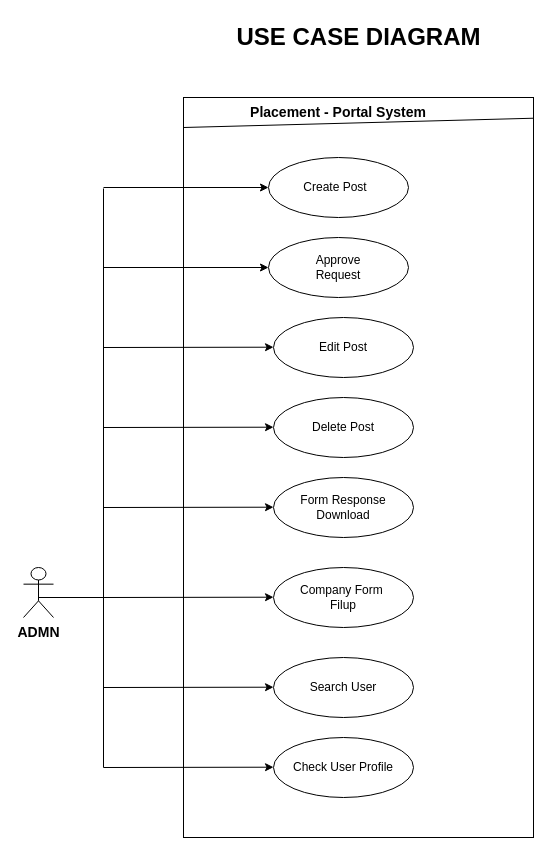
The draw.io diagram USECASE2.drawio in shalulaha/Minor_Project, before the edit. Source tidied: cells renumbered, new cells numbered last; positions are measured from the earlier drawing's top-left corner, leaving out a move shared by most shapes. Both pictures are drawn from the tidied source at 100%, with x=0, y=0 at pixel (23, 17).
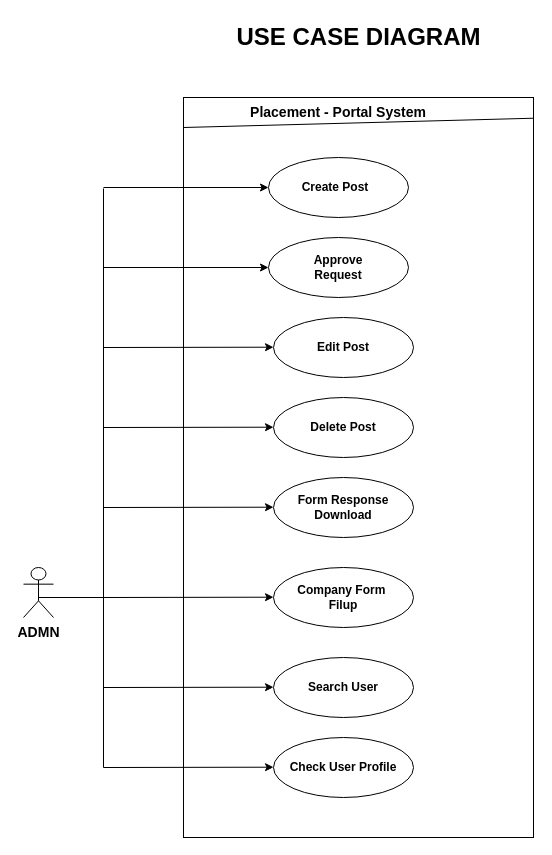
After the change.

The edit, as a diff of the source:
```diff
@@
-    <mxCell id="6" value="Delete Post" style="ellipse;whiteSpace=wrap;html=1;" parent="1" vertex="1">
+    <mxCell id="6" value="&lt;b&gt;Delete Post&lt;/b&gt;" style="ellipse;whiteSpace=wrap;html=1;" parent="1" vertex="1">
       <mxGeometry x="250" y="380" width="140" height="60" as="geometry" />
     </mxCell>
-    <mxCell id="7" value="Edit Post" style="ellipse;whiteSpace=wrap;html=1;" parent="1" vertex="1">
+    <mxCell id="7" value="&lt;b&gt;Edit Post&lt;/b&gt;" style="ellipse;whiteSpace=wrap;html=1;" parent="1" vertex="1">
       <mxGeometry x="250" y="300" width="140" height="60" as="geometry" />
     </mxCell>
@@
-    <mxCell id="9" value="Form Response Download" style="ellipse;whiteSpace=wrap;html=1;" parent="1" vertex="1">
+    <mxCell id="9" value="&lt;b&gt;Form Response Download&lt;/b&gt;" style="ellipse;whiteSpace=wrap;html=1;" parent="1" vertex="1">
       <mxGeometry x="250" y="460" width="140" height="60" as="geometry" />
     </mxCell>
-    <mxCell id="10" value="Company Form&amp;nbsp;&lt;div&gt;Filup&lt;/div&gt;" style="ellipse;whiteSpace=wrap;html=1;" parent="1" vertex="1">
+    <mxCell id="10" value="&lt;b&gt;Company Form&amp;nbsp;&lt;/b&gt;&lt;div&gt;&lt;b&gt;Filup&lt;/b&gt;&lt;/div&gt;" style="ellipse;whiteSpace=wrap;html=1;" parent="1" vertex="1">
       <mxGeometry x="250" y="550" width="140" height="60" as="geometry" />
     </mxCell>
-    <mxCell id="11" value="Search User" style="ellipse;whiteSpace=wrap;html=1;" parent="1" vertex="1">
+    <mxCell id="11" value="&lt;b&gt;Search User&lt;/b&gt;" style="ellipse;whiteSpace=wrap;html=1;" parent="1" vertex="1">
       <mxGeometry x="250" y="640" width="140" height="60" as="geometry" />
     </mxCell>
-    <mxCell id="12" value="Check User Profile" style="ellipse;whiteSpace=wrap;html=1;" parent="1" vertex="1">
+    <mxCell id="12" value="&lt;b&gt;Check User Profile&lt;/b&gt;" style="ellipse;whiteSpace=wrap;html=1;" parent="1" vertex="1">
       <mxGeometry x="250" y="720" width="140" height="60" as="geometry" />
     </mxCell>
-    <mxCell id="13" value="Create Post" style="text;html=1;align=center;verticalAlign=middle;whiteSpace=wrap;rounded=0;" parent="1" vertex="1">
+    <mxCell id="13" value="&lt;b&gt;Create Post&lt;/b&gt;" style="text;html=1;align=center;verticalAlign=middle;whiteSpace=wrap;rounded=0;" parent="1" vertex="1">
       <mxGeometry x="274" y="155" width="76" height="30" as="geometry" />
     </mxCell>
-    <mxCell id="14" value="Approve Request" style="text;html=1;align=center;verticalAlign=middle;whiteSpace=wrap;rounded=0;" parent="1" vertex="1">
+    <mxCell id="14" value="&lt;b&gt;Approve Request&lt;/b&gt;" style="text;html=1;align=center;verticalAlign=middle;whiteSpace=wrap;rounded=0;" parent="1" vertex="1">
       <mxGeometry x="270" y="235" width="90" height="30" as="geometry" />
     </mxCell>
```
